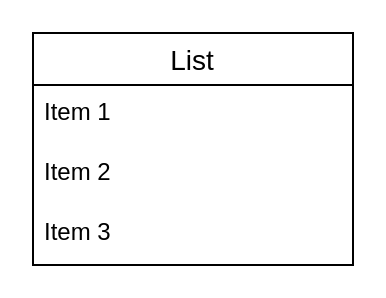
Before: umagatti.dio in rukorietta/umagatti, a draw.io diagram. Source tidied: cells renumbered, new cells numbered last; positions are measured from the earlier drawing's top-left corner, leaving out a move shared by most shapes. Both pictures are drawn from the tidied source at 200%, with x=0, y=0 at pixel (32, 32).
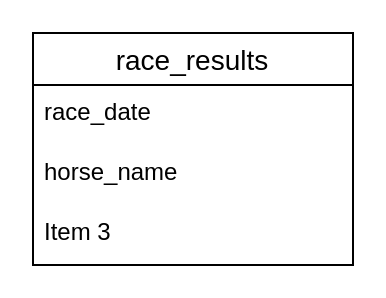
The same diagram, later.

Change to the diagram source:
```diff
@@
 <mxGraphModel>
   <root>
     <mxCell id="0" />
     <mxCell id="1" parent="0" />
-    <mxCell id="2" value="List" style="swimlane;fontStyle=0;horizontal=1;startSize=26;align=center;fontSize=14;" parent="1" vertex="1">
+    <mxCell id="2" value="race_results " style="swimlane;fontStyle=0;horizontal=1;startSize=26;align=center;fontSize=14;" parent="1" vertex="1">
       <mxGeometry width="160" height="116" as="geometry" />
     </mxCell>
-    <mxCell id="3" value="Item 1" style="text;strokeColor=none;fillColor=none;spacingLeft=4;spacingRight=4;overflow=hidden;fontSize=12;" parent="2" vertex="1">
+    <mxCell id="3" value="race_date " style="text;strokeColor=none;fillColor=none;spacingLeft=4;spacingRight=4;overflow=hidden;fontSize=12;" parent="2" vertex="1">
       <mxGeometry y="26" width="160" height="30" as="geometry" />
     </mxCell>
-    <mxCell id="4" value="Item 2" style="text;strokeColor=none;fillColor=none;spacingLeft=4;spacingRight=4;overflow=hidden;fontSize=12;" parent="2" vertex="1">
+    <mxCell id="4" value="horse_name " style="text;strokeColor=none;fillColor=none;spacingLeft=4;spacingRight=4;overflow=hidden;fontSize=12;" parent="2" vertex="1">
       <mxGeometry y="56" width="160" height="30" as="geometry" />
     </mxCell>
     <mxCell id="5" value="Item 3" style="text;strokeColor=none;fillColor=none;spacingLeft=4;spacingRight=4;overflow=hidden;fontSize=12;" parent="2" vertex="1">
       <mxGeometry y="86" width="160" height="30" as="geometry" />
     </mxCell>
   </root>
 </mxGraphModel>
```
